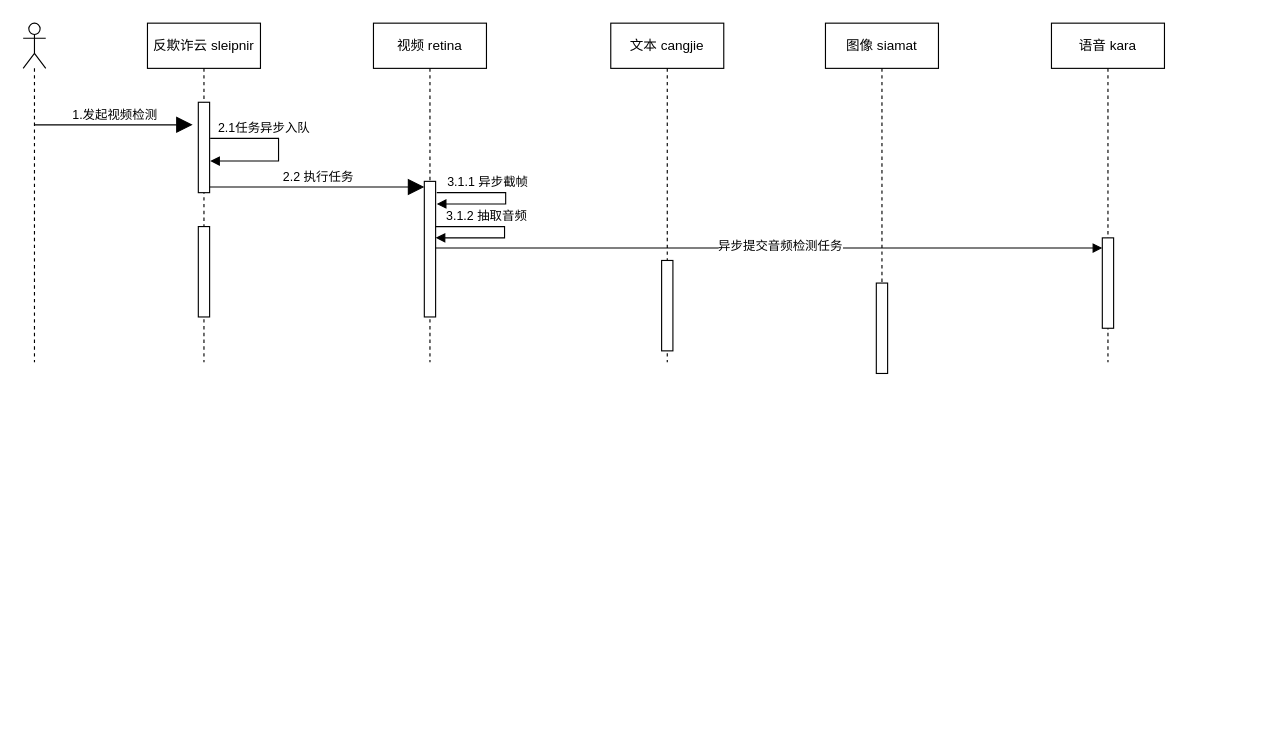
Above: 企业级调用时序图.drawio in gumuqi/draw.io (draw.io), before the change. Source tidied: cells renumbered, new cells numbered last; positions are measured from the earlier drawing's top-left corner, leaving out a move shared by most shapes. Both pictures are drawn from the tidied source at 113%, with x=0, y=0 at pixel (23, 23).
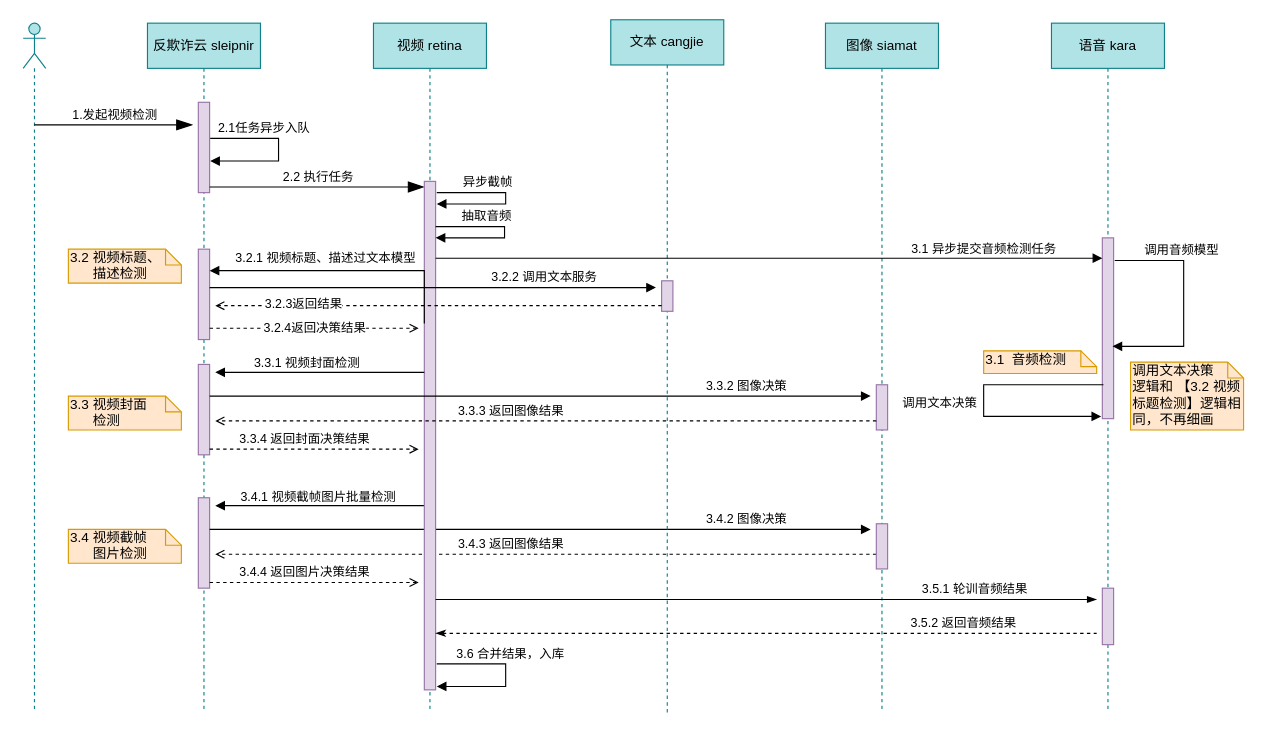
Above is the later version.

Commit message:
Update 企业级调用时序图.drawio

Unchanged cells that the change refers to:
```xml
<mxCell id="2" style="edgeStyle=orthogonalEdgeStyle;html=1;align=left;spacingLeft=2;endArrow=block;rounded=0;" parent="1" edge="1">
  <mxGeometry x="-0.14" y="36" relative="1" as="geometry">
    <mxPoint x="366" y="150" as="sourcePoint" />
    <mxPoint x="366" y="160" as="targetPoint" />
    <Array as="points">
      <mxPoint x="427" y="150" />
      <mxPoint x="427" y="160" />
    </Array>
    <mxPoint x="-16" y="-30" as="offset" />
  </mxGeometry>
</mxCell>
<mxCell id="22" style="edgeStyle=orthogonalEdgeStyle;html=1;align=left;spacingLeft=2;endArrow=block;rounded=0;" parent="1" edge="1">
  <mxGeometry x="-0.14" y="36" relative="1" as="geometry">
    <mxPoint x="365" y="180" as="sourcePoint" />
    <mxPoint x="365" y="190" as="targetPoint" />
    <Array as="points">
      <mxPoint x="426" y="180" />
      <mxPoint x="426" y="190" />
    </Array>
    <mxPoint x="-16" y="-30" as="offset" />
  </mxGeometry>
</mxCell>
<mxCell id="24" style="edgeStyle=elbowEdgeStyle;rounded=0;jettySize=auto;elbow=vertical;html=1;endArrow=block;endFill=1;entryX=0;entryY=0.113;entryDx=0;entryDy=0;entryPerimeter=0;" parent="1" edge="1" source="13" target="19">
  <mxGeometry relative="1" as="geometry" />
</mxCell>
```

The edit, as a diff of the source:
```diff
@@
-    <mxCell id="3" value="&lt;span style=&quot;text-align: left&quot;&gt;3.1.1 异步截帧&lt;/span&gt;" style="edgeLabel;html=1;align=center;verticalAlign=middle;" parent="2" vertex="1">
+    <mxCell id="3" value="&lt;span style=&quot;text-align: left&quot;&gt;异步截帧&lt;/span&gt;" style="edgeLabel;html=1;align=center;verticalAlign=middle;" parent="2" vertex="1">
       <mxGeometry x="-0.58" y="-1" relative="1" as="geometry">
         <mxPoint x="16.5" y="-11" as="offset" />
       </mxGeometry>
     </mxCell>
-    <mxCell id="4" style="shape=umlLifeline;participant=umlActor;perimeter=lifelinePerimeter;whiteSpace=wrap;html=1;verticalAlign=top;spacingTop=36;" parent="1" vertex="1">
-      <mxGeometry width="20" height="300" as="geometry" />
+    <mxCell id="4" style="shape=umlLifeline;participant=umlActor;perimeter=lifelinePerimeter;whiteSpace=wrap;html=1;verticalAlign=top;spacingTop=36;fillColor=#b0e3e6;strokeColor=#0e8088;" parent="1" vertex="1">
+      <mxGeometry width="20" height="610" as="geometry" />
     </mxCell>
-    <mxCell id="5" value="反欺诈云 sleipnir" style="shape=umlLifeline;perimeter=lifelinePerimeter;whiteSpace=wrap;html=1;" parent="1" vertex="1">
-      <mxGeometry x="110" width="100" height="300" as="geometry" />
+    <mxCell id="5" value="反欺诈云 sleipnir" style="shape=umlLifeline;perimeter=lifelinePerimeter;whiteSpace=wrap;html=1;fillColor=#b0e3e6;strokeColor=#0e8088;" parent="1" vertex="1">
+      <mxGeometry x="110" width="100" height="610" as="geometry" />
     </mxCell>
-    <mxCell id="6" style="html=1;perimeter=orthogonalPerimeter;" parent="5" vertex="1">
+    <mxCell id="6" style="html=1;perimeter=orthogonalPerimeter;fillColor=#e1d5e7;strokeColor=#9673a6;" parent="5" vertex="1">
       <mxGeometry x="45" y="70" width="10" height="80" as="geometry" />
     </mxCell>
-    <mxCell id="7" style="endArrow=block;endFill=1;endSize=12;html=1;" parent="5" edge="1">
+    <mxCell id="7" style="endArrow=blockThin;endFill=1;endSize=12;html=1;" parent="5" edge="1">
       <mxGeometry relative="1" as="geometry">
         <mxPoint x="55" y="145" as="sourcePoint" />
         <mxPoint x="245" y="145" as="targetPoint" />
       </mxGeometry>
     </mxCell>
@@
-    <mxCell id="9" style="html=1;points=[];perimeter=orthogonalPerimeter;" parent="5" vertex="1">
-      <mxGeometry x="45" y="180" width="10" height="80" as="geometry" />
+    <mxCell id="9" style="html=1;points=[];perimeter=orthogonalPerimeter;fillColor=#e1d5e7;strokeColor=#9673a6;" parent="5" vertex="1">
+      <mxGeometry x="45" y="200" width="10" height="80" as="geometry" />
     </mxCell>
+    <mxCell id="26" style="html=1;points=[];perimeter=orthogonalPerimeter;fillColor=#e1d5e7;strokeColor=#9673a6;" parent="5" vertex="1">
+      <mxGeometry x="45" y="302" width="10" height="80" as="geometry" />
+    </mxCell>
+    <mxCell id="27" style="html=1;points=[];perimeter=orthogonalPerimeter;fillColor=#e1d5e7;strokeColor=#9673a6;" parent="5" vertex="1">
+      <mxGeometry x="45" y="420" width="10" height="80" as="geometry" />
+    </mxCell>
+    <mxCell id="28" style="edgeStyle=elbowEdgeStyle;rounded=0;orthogonalLoop=1;jettySize=auto;elbow=vertical;html=1;endArrow=block;endFill=1;" parent="5" edge="1">
+      <mxGeometry relative="1" as="geometry">
+        <mxPoint x="245" y="427" as="sourcePoint" />
+        <mxPoint x="60" y="427" as="targetPoint" />
+      </mxGeometry>
+    </mxCell>
+    <mxCell id="29" value="3.4.1 视频截帧图片批量检测" style="edgeLabel;html=1;align=center;verticalAlign=middle;" parent="28" vertex="1">
+      <mxGeometry x="0.26" y="2" relative="1" as="geometry">
+        <mxPoint x="22" y="-11" as="offset" />
+      </mxGeometry>
+    </mxCell>
+    <mxCell id="30" style="edgeStyle=elbowEdgeStyle;rounded=0;jettySize=auto;elbow=vertical;html=1;endArrow=block;endFill=1;" parent="5" edge="1" source="27">
+      <mxGeometry relative="1" as="geometry">
+        <mxPoint x="640" y="448" as="targetPoint" />
+        <Array as="points">
+          <mxPoint x="320" y="448" />
+        </Array>
+      </mxGeometry>
+    </mxCell>
+    <mxCell id="31" value="3.4.2 图像决策" style="edgeLabel;html=1;align=center;verticalAlign=middle;" parent="30" vertex="1">
+      <mxGeometry x="0.56" y="2" relative="1" as="geometry">
+        <mxPoint x="18" y="-8" as="offset" />
+      </mxGeometry>
+    </mxCell>
+    <mxCell id="32" style="edgeStyle=elbowEdgeStyle;rounded=0;orthogonalLoop=1;jettySize=auto;elbow=vertical;html=1;endArrow=open;endFill=0;dashed=1;" parent="5" edge="1">
+      <mxGeometry relative="1" as="geometry">
+        <mxPoint x="645" y="470" as="sourcePoint" />
+        <mxPoint x="60" y="470" as="targetPoint" />
+      </mxGeometry>
+    </mxCell>
+    <mxCell id="33" value="&amp;nbsp;3.4.3 返回图像结果" style="edgeLabel;html=1;align=center;verticalAlign=middle;" parent="32" vertex="1">
+      <mxGeometry x="0.14" y="-2" relative="1" as="geometry">
+        <mxPoint x="7" y="-8" as="offset" />
+      </mxGeometry>
+    </mxCell>
+    <mxCell id="34" style="edgeStyle=elbowEdgeStyle;rounded=0;orthogonalLoop=1;jettySize=auto;elbow=vertical;html=1;dashed=1;endArrow=open;endFill=0;" parent="5" edge="1">
+      <mxGeometry relative="1" as="geometry">
+        <mxPoint x="55" y="495" as="sourcePoint" />
+        <mxPoint x="240" y="495" as="targetPoint" />
+      </mxGeometry>
+    </mxCell>
+    <mxCell id="35" value="3.4.4 返回图片决策结果" style="edgeLabel;html=1;align=center;verticalAlign=middle;" parent="34" vertex="1">
+      <mxGeometry y="-31" relative="1" as="geometry">
+        <mxPoint x="-10" y="-41" as="offset" />
+      </mxGeometry>
+    </mxCell>
+    <mxCell id="36" value="3.4 视频截帧&lt;br&gt;&amp;nbsp; &amp;nbsp; &amp;nbsp; 图片检测" style="shape=note;whiteSpace=wrap;html=1;size=14;verticalAlign=top;align=left;spacingTop=-6;fillColor=#ffe6cc;strokeColor=#d79b00;" parent="5" vertex="1">
+      <mxGeometry x="-70" y="448" width="100" height="30" as="geometry" />
+    </mxCell>
-    <mxCell id="10" style="endArrow=block;endFill=1;endSize=12;html=1;" parent="1" edge="1">
+    <mxCell id="10" style="endArrow=blockThin;endFill=1;endSize=12;html=1;arcSize=15;startFill=0;orthogonalLoop=1;noJump=1;snapToPoint=1;fixDash=0;" parent="1" edge="1">
       <mxGeometry relative="1" as="geometry">
         <mxPoint x="10" y="90" as="sourcePoint" />
         <mxPoint x="150" y="90" as="targetPoint" />
       </mxGeometry>
     </mxCell>
@@
-    <mxCell id="12" value="视频 retina" style="shape=umlLifeline;perimeter=lifelinePerimeter;whiteSpace=wrap;html=1;" parent="1" vertex="1">
-      <mxGeometry x="310" width="100" height="300" as="geometry" />
+    <mxCell id="12" value="视频 retina" style="shape=umlLifeline;perimeter=lifelinePerimeter;whiteSpace=wrap;html=1;fillColor=#b0e3e6;strokeColor=#0e8088;" parent="1" vertex="1">
+      <mxGeometry x="310" width="100" height="610" as="geometry" />
     </mxCell>
-    <mxCell id="13" style="html=1;points=[];perimeter=orthogonalPerimeter;" parent="12" vertex="1">
-      <mxGeometry x="45" y="140" width="10" height="120" as="geometry" />
+    <mxCell id="13" style="html=1;points=[];perimeter=orthogonalPerimeter;fillColor=#e1d5e7;strokeColor=#9673a6;" parent="12" vertex="1">
+      <mxGeometry x="45" y="140" width="10" height="450" as="geometry" />
     </mxCell>
-    <mxCell id="14" value="文本 cangjie" style="shape=umlLifeline;perimeter=lifelinePerimeter;whiteSpace=wrap;html=1;" parent="1" vertex="1">
-      <mxGeometry x="520" width="100" height="300" as="geometry" />
+    <mxCell id="14" value="文本 cangjie" style="shape=umlLifeline;perimeter=lifelinePerimeter;whiteSpace=wrap;html=1;fillColor=#b0e3e6;strokeColor=#0e8088;" parent="1" vertex="1">
+      <mxGeometry x="520" y="-3" width="100" height="613" as="geometry" />
     </mxCell>
-    <mxCell id="15" style="html=1;points=[];perimeter=orthogonalPerimeter;" parent="14" vertex="1">
-      <mxGeometry x="45" y="210" width="10" height="80" as="geometry" />
+    <mxCell id="15" style="html=1;points=[];perimeter=orthogonalPerimeter;fillColor=#e1d5e7;strokeColor=#9673a6;" parent="14" vertex="1">
+      <mxGeometry x="45" y="231" width="10" height="27" as="geometry" />
     </mxCell>
-    <mxCell id="16" value="图像 siamat" style="shape=umlLifeline;perimeter=lifelinePerimeter;whiteSpace=wrap;html=1;" parent="1" vertex="1">
-      <mxGeometry x="710" width="100" height="300" as="geometry" />
+    <mxCell id="16" value="图像 siamat" style="shape=umlLifeline;perimeter=lifelinePerimeter;whiteSpace=wrap;html=1;fillColor=#b0e3e6;strokeColor=#0e8088;" parent="1" vertex="1">
+      <mxGeometry x="710" width="100" height="610" as="geometry" />
     </mxCell>
-    <mxCell id="17" style="html=1;perimeter=orthogonalPerimeter;" parent="16" vertex="1">
-      <mxGeometry x="45" y="230" width="10" height="80" as="geometry" />
+    <mxCell id="17" style="html=1;perimeter=orthogonalPerimeter;fillColor=#e1d5e7;strokeColor=#9673a6;" parent="16" vertex="1">
+      <mxGeometry x="45" y="320" width="10" height="40" as="geometry" />
     </mxCell>
+    <mxCell id="37" style="html=1;perimeter=orthogonalPerimeter;fillColor=#e1d5e7;strokeColor=#9673a6;" parent="16" vertex="1">
+      <mxGeometry x="45" y="443" width="10" height="40" as="geometry" />
+    </mxCell>
-    <mxCell id="18" value="语音 kara" style="shape=umlLifeline;perimeter=lifelinePerimeter;whiteSpace=wrap;html=1;" parent="1" vertex="1">
-      <mxGeometry x="910" width="100" height="300" as="geometry" />
+    <mxCell id="18" value="语音 kara" style="shape=umlLifeline;perimeter=lifelinePerimeter;whiteSpace=wrap;html=1;fillColor=#b0e3e6;strokeColor=#0e8088;" parent="1" vertex="1">
+      <mxGeometry x="910" width="100" height="610" as="geometry" />
     </mxCell>
-    <mxCell id="19" style="html=1;points=[];perimeter=orthogonalPerimeter;" parent="18" vertex="1">
-      <mxGeometry x="45" y="190" width="10" height="80" as="geometry" />
+    <mxCell id="19" style="html=1;points=[];perimeter=orthogonalPerimeter;fillColor=#e1d5e7;strokeColor=#9673a6;" parent="18" vertex="1">
+      <mxGeometry x="45" y="190" width="10" height="160" as="geometry" />
     </mxCell>
+    <mxCell id="38" style="html=1;perimeter=orthogonalPerimeter;fillColor=#e1d5e7;strokeColor=#9673a6;" parent="18" vertex="1">
+      <mxGeometry x="45" y="500" width="10" height="50" as="geometry" />
+    </mxCell>
@@
-    <mxCell id="23" value="&lt;span style=&quot;text-align: left&quot;&gt;3.1.2 抽取音频&lt;/span&gt;" style="edgeLabel;html=1;align=center;verticalAlign=middle;" parent="22" vertex="1">
+    <mxCell id="23" value="&lt;span style=&quot;text-align: left&quot;&gt;抽取音频&lt;/span&gt;" style="edgeLabel;html=1;align=center;verticalAlign=middle;" parent="22" vertex="1">
       <mxGeometry x="-0.58" y="-1" relative="1" as="geometry">
         <mxPoint x="16.5" y="-11" as="offset" />
       </mxGeometry>
     </mxCell>
@@
-    <mxCell id="25" value="异步提交音频检测任务" style="edgeLabel;html=1;align=center;verticalAlign=middle;" parent="24" vertex="1">
-      <mxGeometry x="0.03" y="3" relative="1" as="geometry" />
+    <mxCell id="25" value="3.1 异步提交音频检测任务" style="edgeLabel;html=1;align=center;verticalAlign=middle;" parent="24" vertex="1">
+      <mxGeometry x="0.03" y="3" relative="1" as="geometry">
+        <mxPoint x="180" y="-6" as="offset" />
+      </mxGeometry>
     </mxCell>
+    <mxCell id="39" style="edgeStyle=orthogonalEdgeStyle;html=1;align=left;spacingLeft=2;endArrow=block;rounded=0;entryX=0.9;entryY=0.6;entryDx=0;entryDy=0;entryPerimeter=0;" parent="1" edge="1" target="19">
+      <mxGeometry x="-0.14" y="36" relative="1" as="geometry">
+        <mxPoint x="966" y="210" as="sourcePoint" />
+        <Array as="points">
+          <mxPoint x="1027" y="210" />
+          <mxPoint x="1027" y="286" />
+        </Array>
+        <mxPoint x="-16" y="-30" as="offset" />
+      </mxGeometry>
+    </mxCell>
+    <mxCell id="40" value="&lt;span style=&quot;text-align: left&quot;&gt;调用音频模型&lt;/span&gt;" style="edgeLabel;html=1;align=center;verticalAlign=middle;" parent="39" vertex="1">
+      <mxGeometry x="-0.58" y="-1" relative="1" as="geometry">
+        <mxPoint x="16.5" y="-11" as="offset" />
+      </mxGeometry>
+    </mxCell>
+    <mxCell id="41" style="edgeStyle=elbowEdgeStyle;rounded=0;orthogonalLoop=1;jettySize=auto;elbow=vertical;html=1;endArrow=block;endFill=1;exitX=0;exitY=0.667;exitDx=0;exitDy=0;exitPerimeter=0;" parent="1" edge="1">
+      <mxGeometry relative="1" as="geometry">
+        <mxPoint x="355" y="265.7" as="sourcePoint" />
+        <mxPoint x="165" y="219" as="targetPoint" />
+        <Array as="points">
+          <mxPoint x="260" y="219" />
+        </Array>
+      </mxGeometry>
+    </mxCell>
+    <mxCell id="42" value="&amp;nbsp;3.2.1 视频标题、描述过文本模型" style="edgeLabel;html=1;align=center;verticalAlign=middle;" parent="41" vertex="1">
+      <mxGeometry x="0.06" y="-1" relative="1" as="geometry">
+        <mxPoint x="-11" y="-11" as="offset" />
+      </mxGeometry>
+    </mxCell>
+    <mxCell id="43" style="edgeStyle=elbowEdgeStyle;rounded=0;orthogonalLoop=1;jettySize=auto;elbow=vertical;html=1;endArrow=block;endFill=1;" parent="1" edge="1">
+      <mxGeometry relative="1" as="geometry">
+        <mxPoint x="165" y="234" as="sourcePoint" />
+        <mxPoint x="560" y="234" as="targetPoint" />
+      </mxGeometry>
+    </mxCell>
+    <mxCell id="44" value="3.2.2 调用文本服务" style="edgeLabel;html=1;align=center;verticalAlign=middle;" parent="43" vertex="1">
+      <mxGeometry y="-70" relative="1" as="geometry">
+        <mxPoint x="97" y="-80" as="offset" />
+      </mxGeometry>
+    </mxCell>
+    <mxCell id="45" style="edgeStyle=elbowEdgeStyle;rounded=0;jettySize=auto;elbow=vertical;html=1;endArrow=open;endFill=0;dashed=1;" parent="1" edge="1" source="15">
+      <mxGeometry relative="1" as="geometry">
+        <mxPoint x="170" y="250" as="targetPoint" />
+        <Array as="points">
+          <mxPoint x="420" y="250" />
+        </Array>
+      </mxGeometry>
+    </mxCell>
+    <mxCell id="46" value="3.2.3返回结果" style="edgeLabel;html=1;align=center;verticalAlign=middle;" parent="45" vertex="1">
+      <mxGeometry x="0.61" y="-2" relative="1" as="geometry" />
+    </mxCell>
+    <mxCell id="47" value="3.2.4返回决策结果" style="edgeStyle=elbowEdgeStyle;rounded=0;jettySize=auto;elbow=vertical;html=1;dashed=1;endArrow=open;endFill=0;" parent="1" edge="1" source="9">
+      <mxGeometry relative="1" as="geometry">
+        <mxPoint x="350" y="270" as="targetPoint" />
+        <Array as="points">
+          <mxPoint x="238" y="270" />
+        </Array>
+      </mxGeometry>
+    </mxCell>
+    <mxCell id="48" style="edgeStyle=elbowEdgeStyle;rounded=0;orthogonalLoop=1;jettySize=auto;elbow=vertical;html=1;endArrow=block;endFill=1;" parent="1" edge="1">
+      <mxGeometry relative="1" as="geometry">
+        <mxPoint x="355" y="309" as="sourcePoint" />
+        <mxPoint x="170" y="309" as="targetPoint" />
+      </mxGeometry>
+    </mxCell>
+    <mxCell id="49" value="3.3.1 视频封面检测" style="edgeLabel;html=1;align=center;verticalAlign=middle;" parent="48" vertex="1">
+      <mxGeometry x="0.26" y="2" relative="1" as="geometry">
+        <mxPoint x="12" y="-11" as="offset" />
+      </mxGeometry>
+    </mxCell>
+    <mxCell id="50" style="edgeStyle=elbowEdgeStyle;rounded=0;jettySize=auto;elbow=vertical;html=1;endArrow=block;endFill=1;" parent="1" edge="1" source="26">
+      <mxGeometry relative="1" as="geometry">
+        <mxPoint x="750" y="330" as="targetPoint" />
+        <Array as="points">
+          <mxPoint x="430" y="330" />
+        </Array>
+      </mxGeometry>
+    </mxCell>
+    <mxCell id="51" value="3.3.2 图像决策" style="edgeLabel;html=1;align=center;verticalAlign=middle;" parent="50" vertex="1">
+      <mxGeometry x="0.56" y="2" relative="1" as="geometry">
+        <mxPoint x="18" y="-8" as="offset" />
+      </mxGeometry>
+    </mxCell>
+    <mxCell id="52" value="3.2 视频标题、&lt;br&gt;&amp;nbsp; &amp;nbsp; &amp;nbsp; 描述检测" style="shape=note;whiteSpace=wrap;html=1;size=14;verticalAlign=top;align=left;spacingTop=-6;fillColor=#ffe6cc;strokeColor=#d79b00;" parent="1" vertex="1">
+      <mxGeometry x="40" y="200" width="100" height="30" as="geometry" />
+    </mxCell>
+    <mxCell id="53" style="edgeStyle=elbowEdgeStyle;rounded=0;orthogonalLoop=1;jettySize=auto;elbow=vertical;html=1;endArrow=open;endFill=0;dashed=1;" parent="1" edge="1">
+      <mxGeometry relative="1" as="geometry">
+        <mxPoint x="755" y="352" as="sourcePoint" />
+        <mxPoint x="170" y="352" as="targetPoint" />
+      </mxGeometry>
+    </mxCell>
+    <mxCell id="54" value="&amp;nbsp;3.3.3 返回图像结果" style="edgeLabel;html=1;align=center;verticalAlign=middle;" parent="53" vertex="1">
+      <mxGeometry x="0.14" y="-2" relative="1" as="geometry">
+        <mxPoint x="7" y="-8" as="offset" />
+      </mxGeometry>
+    </mxCell>
+    <mxCell id="55" style="edgeStyle=elbowEdgeStyle;rounded=0;orthogonalLoop=1;jettySize=auto;elbow=vertical;html=1;dashed=1;endArrow=open;endFill=0;" parent="1" edge="1">
+      <mxGeometry relative="1" as="geometry">
+        <mxPoint x="165" y="377" as="sourcePoint" />
+        <mxPoint x="350" y="377" as="targetPoint" />
+      </mxGeometry>
+    </mxCell>
+    <mxCell id="56" value="3.3.4 返回封面决策结果" style="edgeLabel;html=1;align=center;verticalAlign=middle;" parent="55" vertex="1">
+      <mxGeometry y="-31" relative="1" as="geometry">
+        <mxPoint x="-10" y="-41" as="offset" />
+      </mxGeometry>
+    </mxCell>
+    <mxCell id="57" value="3.1&amp;nbsp; 音频检测" style="shape=note;whiteSpace=wrap;html=1;size=14;verticalAlign=top;align=left;spacingTop=-6;fillColor=#ffe6cc;strokeColor=#d79b00;" parent="1" vertex="1">
+      <mxGeometry x="850" y="290" width="100" height="20" as="geometry" />
+    </mxCell>
+    <mxCell id="58" value="3.3 视频封面&lt;br&gt;&amp;nbsp; &amp;nbsp; &amp;nbsp; 检测" style="shape=note;whiteSpace=wrap;html=1;size=14;verticalAlign=top;align=left;spacingTop=-6;fillColor=#ffe6cc;strokeColor=#d79b00;" parent="1" vertex="1">
+      <mxGeometry x="40" y="330" width="100" height="30" as="geometry" />
+    </mxCell>
+    <mxCell id="59" style="edgeStyle=orthogonalEdgeStyle;html=1;align=left;spacingLeft=2;endArrow=block;rounded=0;entryX=0.9;entryY=0.6;entryDx=0;entryDy=0;entryPerimeter=0;" parent="1" edge="1">
+      <mxGeometry x="-0.14" y="36" relative="1" as="geometry">
+        <mxPoint x="956" y="320" as="sourcePoint" />
+        <mxPoint x="954" y="348" as="targetPoint" />
+        <Array as="points">
+          <mxPoint x="850" y="320" />
+          <mxPoint x="850" y="348" />
+        </Array>
+        <mxPoint x="-16" y="-30" as="offset" />
+      </mxGeometry>
+    </mxCell>
+    <mxCell id="60" value="&lt;span style=&quot;text-align: left&quot;&gt;调用文本决策&lt;/span&gt;" style="edgeLabel;html=1;align=center;verticalAlign=middle;" parent="59" vertex="1">
+      <mxGeometry x="-0.58" y="-1" relative="1" as="geometry">
+        <mxPoint x="-96" y="16" as="offset" />
+      </mxGeometry>
+    </mxCell>
+    <mxCell id="61" value="调用文本决策&lt;br&gt;逻辑和 【3.2 视频标题检测】逻辑相同，不再细画" style="shape=note;whiteSpace=wrap;html=1;size=14;verticalAlign=top;align=left;spacingTop=-6;fillColor=#ffe6cc;strokeColor=#d79b00;" parent="1" vertex="1">
+      <mxGeometry x="980" y="300" width="100" height="60" as="geometry" />
+    </mxCell>
+    <mxCell id="62" style="edgeStyle=elbowEdgeStyle;rounded=0;orthogonalLoop=1;jettySize=auto;elbow=vertical;html=1;startArrow=none;startFill=0;endArrow=blockThin;endFill=1;" parent="1" edge="1">
+      <mxGeometry relative="1" as="geometry">
+        <mxPoint x="365" y="510" as="sourcePoint" />
+        <mxPoint x="950" y="510" as="targetPoint" />
+      </mxGeometry>
+    </mxCell>
+    <mxCell id="63" value="3.5.1 轮训音频结果" style="edgeLabel;html=1;align=center;verticalAlign=middle;" parent="62" vertex="1">
+      <mxGeometry x="0.49" y="1" relative="1" as="geometry">
+        <mxPoint x="40" y="-9" as="offset" />
+      </mxGeometry>
+    </mxCell>
+    <mxCell id="64" style="edgeStyle=elbowEdgeStyle;rounded=0;orthogonalLoop=1;jettySize=auto;elbow=vertical;html=1;startArrow=classicThin;startFill=1;endArrow=none;endFill=0;dashed=1;" parent="1" edge="1">
+      <mxGeometry relative="1" as="geometry">
+        <mxPoint x="365" y="540" as="sourcePoint" />
+        <mxPoint x="950" y="540" as="targetPoint" />
+      </mxGeometry>
+    </mxCell>
+    <mxCell id="65" value="3.5.2 返回音频结果" style="edgeLabel;html=1;align=center;verticalAlign=middle;" parent="64" vertex="1">
+      <mxGeometry x="0.49" y="1" relative="1" as="geometry">
+        <mxPoint x="30" y="-9" as="offset" />
+      </mxGeometry>
+    </mxCell>
+    <mxCell id="66" style="edgeStyle=orthogonalEdgeStyle;html=1;align=left;spacingLeft=2;endArrow=block;rounded=0;" parent="1" edge="1">
+      <mxGeometry x="-0.14" y="36" relative="1" as="geometry">
+        <mxPoint x="366" y="567" as="sourcePoint" />
+        <mxPoint x="366" y="587" as="targetPoint" />
+        <Array as="points">
+          <mxPoint x="427" y="567" />
+          <mxPoint x="427" y="587" />
+          <mxPoint x="366" y="587" />
+        </Array>
+        <mxPoint x="-16" y="-30" as="offset" />
+      </mxGeometry>
+    </mxCell>
+    <mxCell id="67" value="&lt;span style=&quot;text-align: left&quot;&gt;3.6 合并结果，入库&lt;/span&gt;" style="edgeLabel;html=1;align=center;verticalAlign=middle;" parent="66" vertex="1">
+      <mxGeometry x="-0.58" y="-1" relative="1" as="geometry">
+        <mxPoint x="34" y="-11" as="offset" />
+      </mxGeometry>
+    </mxCell>
```
